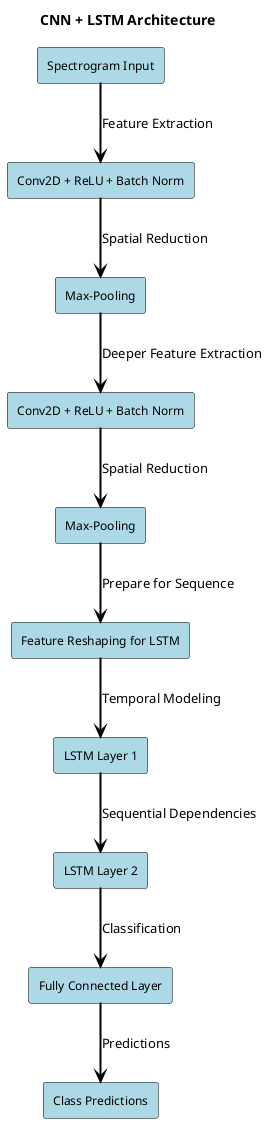
Before: notebooks/cnn_lstm_model.png, a diagram exported from PlantUML (maufranzar/NN). The source it was exported from:
```plantuml
@startuml cnn_lstm_model
title CNN + LSTM Architecture

skinparam rectangle {
  BackgroundColor LightBlue
  BorderColor Black
  FontSize 12
  RoundCorner 5
}

skinparam arrow {
  Color Black
  Thickness 2
}

rectangle "Spectrogram Input" as Input
rectangle "Conv2D + ReLU + Batch Norm" as Conv1
rectangle "Max-Pooling" as Pool1
rectangle "Conv2D + ReLU + Batch Norm" as Conv2
rectangle "Max-Pooling" as Pool2
rectangle "Feature Reshaping for LSTM" as Reshape
rectangle "LSTM Layer 1" as LSTM1
rectangle "LSTM Layer 2" as LSTM2
rectangle "Fully Connected Layer" as FC
rectangle "Class Predictions" as Output

Input --> Conv1 : Feature Extraction
Conv1 --> Pool1 : Spatial Reduction
Pool1 --> Conv2 : Deeper Feature Extraction
Conv2 --> Pool2 : Spatial Reduction
Pool2 --> Reshape : Prepare for Sequence
Reshape --> LSTM1 : Temporal Modeling
LSTM1 --> LSTM2 : Sequential Dependencies
LSTM2 --> FC : Classification
FC --> Output : Predictions

@enduml
```
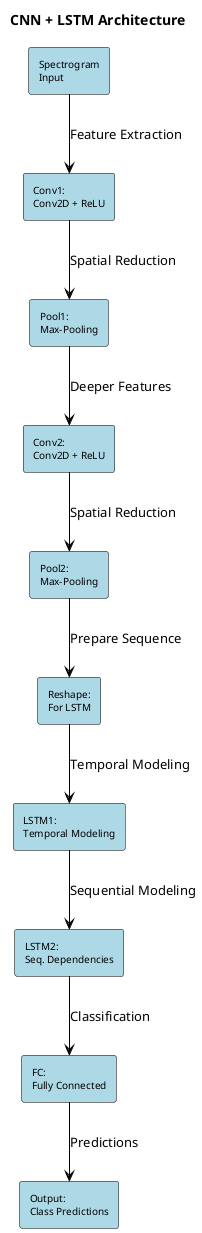
Above is the later version.

What changed in the source:
```diff
@@ -2,36 +2,35 @@
 title CNN + LSTM Architecture
 
 skinparam rectangle {
-  BackgroundColor LightBlue
-  BorderColor Black
-  FontSize 12
-  RoundCorner 5
+    BackgroundColor LightBlue
+    BorderColor Black
+    FontSize 10
+    RoundCorner 5
 }
 
 skinparam arrow {
-  Color Black
-  Thickness 2
+    Color Black
+    Thickness 1
 }
 
-rectangle "Spectrogram Input" as Input
-rectangle "Conv2D + ReLU + Batch Norm" as Conv1
-rectangle "Max-Pooling" as Pool1
-rectangle "Conv2D + ReLU + Batch Norm" as Conv2
-rectangle "Max-Pooling" as Pool2
-rectangle "Feature Reshaping for LSTM" as Reshape
-rectangle "LSTM Layer 1" as LSTM1
-rectangle "LSTM Layer 2" as LSTM2
-rectangle "Fully Connected Layer" as FC
-rectangle "Class Predictions" as Output
+rectangle "Spectrogram\nInput" as Input
+rectangle "Conv1:\nConv2D + ReLU" as Conv1
+rectangle "Pool1:\nMax-Pooling" as Pool1
+rectangle "Conv2:\nConv2D + ReLU" as Conv2
+rectangle "Pool2:\nMax-Pooling" as Pool2
+rectangle "Reshape:\nFor LSTM" as Reshape
+rectangle "LSTM1:\nTemporal Modeling" as LSTM1
+rectangle "LSTM2:\nSeq. Dependencies" as LSTM2
+rectangle "FC:\nFully Connected" as FC
+rectangle "Output:\nClass Predictions" as Output
 
 Input --> Conv1 : Feature Extraction
 Conv1 --> Pool1 : Spatial Reduction
-Pool1 --> Conv2 : Deeper Feature Extraction
+Pool1 --> Conv2 : Deeper Features
 Conv2 --> Pool2 : Spatial Reduction
-Pool2 --> Reshape : Prepare for Sequence
+Pool2 --> Reshape : Prepare Sequence
 Reshape --> LSTM1 : Temporal Modeling
-LSTM1 --> LSTM2 : Sequential Dependencies
+LSTM1 --> LSTM2 : Sequential Modeling
 LSTM2 --> FC : Classification
 FC --> Output : Predictions
-
 @enduml
```
